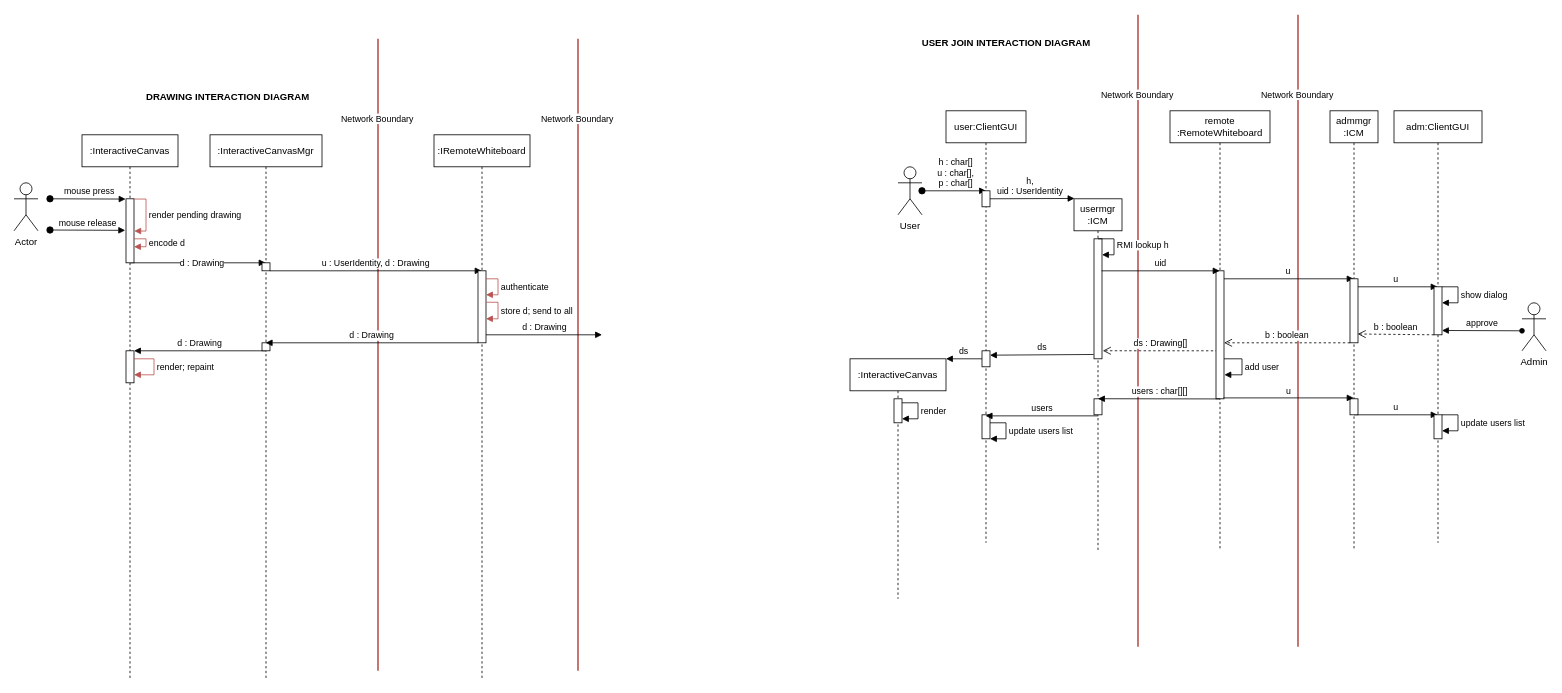
This is ReportTeX/final_diagrams.drawio from gunass/whiteboard, a draw.io file, before an edit. Source tidied: cells renumbered, new cells numbered last; positions are measured from the earlier drawing's top-left corner, leaving out a move shared by most shapes. Both pictures are drawn from the tidied source at 80%, with x=0, y=0 at pixel (14, 14).
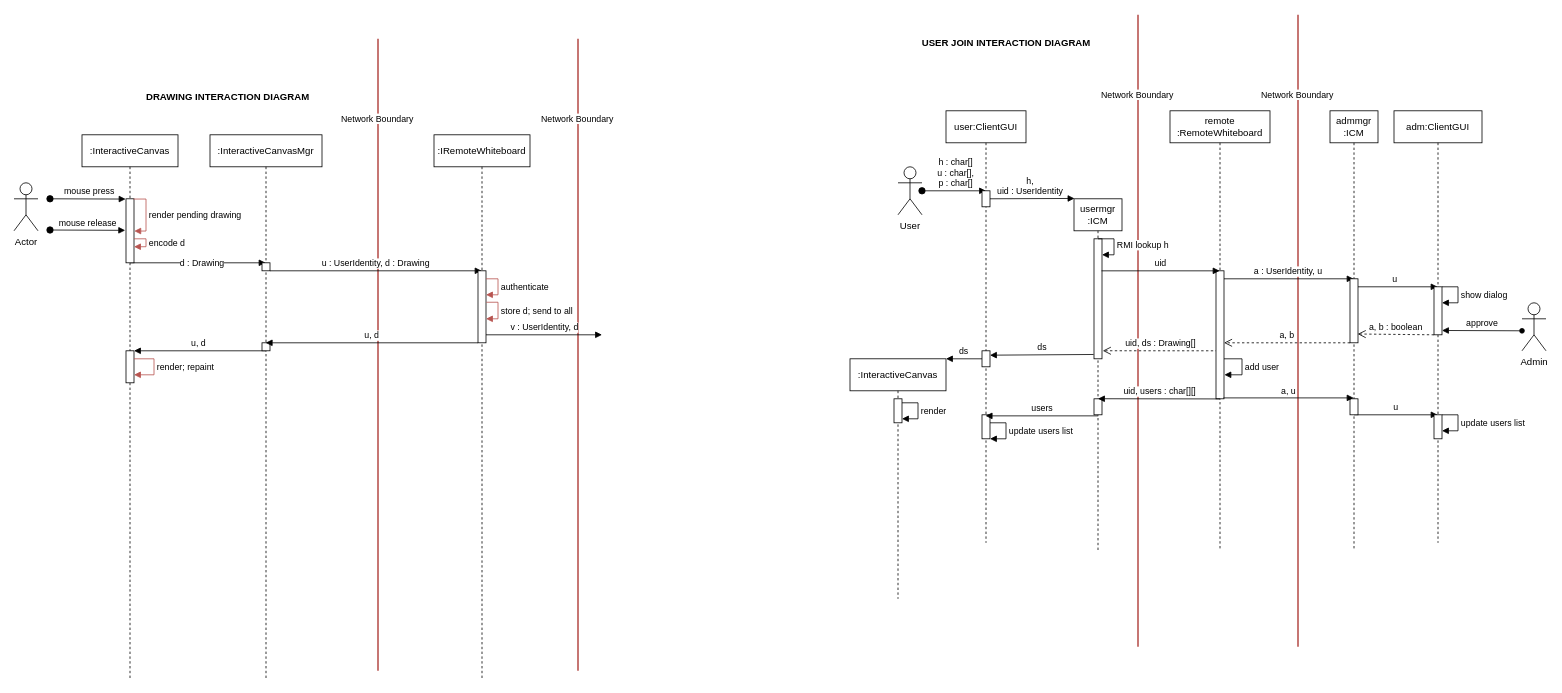
After the change.

Unchanged cells that the change refers to:
```xml
<mxCell id="41" value="usermgr&lt;br&gt;:ICM" style="shape=umlLifeline;perimeter=lifelinePerimeter;whiteSpace=wrap;html=1;outlineConnect=0;" parent="1" vertex="1">
  <mxGeometry x="1325" y="230" width="60" height="440" as="geometry" />
</mxCell>
<mxCell id="42" style="html=1;points=[];perimeter=orthogonalPerimeter;" parent="41" vertex="1">
  <mxGeometry x="25" y="50" width="10" height="150" as="geometry" />
</mxCell>
<mxCell id="45" value="remote&lt;br&gt;:RemoteWhiteboard" style="shape=umlLifeline;perimeter=lifelinePerimeter;whiteSpace=wrap;html=1;outlineConnect=0;" parent="1" vertex="1">
  <mxGeometry x="1445" y="120" width="125" height="550" as="geometry" />
</mxCell>
<mxCell id="46" style="html=1;points=[];perimeter=orthogonalPerimeter;" parent="45" vertex="1">
  <mxGeometry x="57.5" y="200" width="10" height="160" as="geometry" />
</mxCell>
<mxCell id="49" value="adm:ClientGUI" style="shape=umlLifeline;perimeter=lifelinePerimeter;whiteSpace=wrap;html=1;outlineConnect=0;" parent="1" vertex="1">
  <mxGeometry x="1725" y="120" width="110" height="540" as="geometry" />
</mxCell>
<mxCell id="57" value="admmgr&lt;br&gt;:ICM" style="shape=umlLifeline;perimeter=lifelinePerimeter;whiteSpace=wrap;html=1;outlineConnect=0;" parent="1" vertex="1">
  <mxGeometry x="1645" y="120" width="60" height="550" as="geometry" />
</mxCell>
```

Diff of the diagram source:
```diff
@@
-    <mxCell id="4" value="ds : Drawing[]" style="html=1;verticalAlign=bottom;endArrow=open;dashed=1;endSize=8;rounded=0;strokeColor=#000000;entryX=1.1;entryY=0.933;entryDx=0;entryDy=0;entryPerimeter=0;" parent="1" edge="1" target="42">
+    <mxCell id="4" value="uid, ds : Drawing[]" style="html=1;verticalAlign=bottom;endArrow=open;dashed=1;endSize=8;rounded=0;strokeColor=#000000;entryX=1.1;entryY=0.933;entryDx=0;entryDy=0;entryPerimeter=0;" parent="1" edge="1" target="42">
       <mxGeometry relative="1" as="geometry">
         <mxPoint x="1505" y="420" as="sourcePoint" />
       </mxGeometry>
     </mxCell>
@@
-    <mxCell id="27" value="d : Drawing" style="html=1;verticalAlign=bottom;endArrow=block;rounded=0;strokeColor=#000000;" parent="1" edge="1">
+    <mxCell id="27" value="u, d&amp;nbsp;" style="html=1;verticalAlign=bottom;endArrow=block;rounded=0;strokeColor=#000000;" parent="1" edge="1">
       <mxGeometry relative="1" as="geometry">
         <mxPoint x="315" y="420" as="sourcePoint" />
         <mxPoint x="150" y="420" as="targetPoint" />
       </mxGeometry>
     </mxCell>
@@
-    <mxCell id="30" value="d : Drawing" style="html=1;verticalAlign=bottom;endArrow=block;rounded=0;strokeColor=#000000;" parent="1" edge="1">
+    <mxCell id="30" value="u, d" style="html=1;verticalAlign=bottom;endArrow=block;rounded=0;strokeColor=#000000;" parent="1" edge="1">
       <mxGeometry relative="1" as="geometry">
         <mxPoint x="580" y="410" as="sourcePoint" />
         <mxPoint x="314.6" y="410" as="targetPoint" />
       </mxGeometry>
     </mxCell>
-    <mxCell id="31" value="d : Drawing" style="html=1;verticalAlign=bottom;endArrow=block;rounded=0;strokeColor=#000000;" parent="1" edge="1">
+    <mxCell id="31" value="v : UserIdentity, d" style="html=1;verticalAlign=bottom;endArrow=block;rounded=0;strokeColor=#000000;" parent="1" edge="1">
       <mxGeometry relative="1" as="geometry">
         <mxPoint x="590" y="400" as="sourcePoint" />
         <mxPoint x="735" y="400" as="targetPoint" />
       </mxGeometry>
     </mxCell>
@@
-    <mxCell id="47" value="u&amp;nbsp;" style="html=1;verticalAlign=bottom;endArrow=block;rounded=0;strokeColor=#000000;" parent="45" edge="1" target="57">
+    <mxCell id="47" value="a : UserIdentity, u&amp;nbsp;" style="html=1;verticalAlign=bottom;endArrow=block;rounded=0;strokeColor=#000000;" parent="45" edge="1" target="57">
       <mxGeometry relative="1" as="geometry">
         <mxPoint x="67.5" y="210" as="sourcePoint" />
       </mxGeometry>
     </mxCell>
@@
     <mxCell id="50" value="u" style="html=1;verticalAlign=bottom;endArrow=block;rounded=0;strokeColor=#000000;" parent="49" edge="1" target="49">
-      <mxGeometry relative="1" as="geometry">
+      <mxGeometry x="-0.02" y="1" relative="1" as="geometry">
         <mxPoint x="-50" y="220" as="sourcePoint" />
       </mxGeometry>
     </mxCell>
@@
-    <mxCell id="53" value="b : boolean" style="html=1;verticalAlign=bottom;endArrow=open;dashed=1;endSize=8;rounded=0;strokeColor=#000000;entryX=0.962;entryY=-0.1;entryDx=0;entryDy=0;entryPerimeter=0;" parent="49" edge="1">
+    <mxCell id="53" value="a, b : boolean" style="html=1;verticalAlign=bottom;endArrow=open;dashed=1;endSize=8;rounded=0;strokeColor=#000000;entryX=0.962;entryY=-0.1;entryDx=0;entryDy=0;entryPerimeter=0;" parent="49" edge="1">
       <mxGeometry relative="1" as="geometry">
         <mxPoint x="50" y="280" as="sourcePoint" />
         <mxPoint x="-45.4" y="279" as="targetPoint" />
       </mxGeometry>
     </mxCell>
@@
-    <mxCell id="59" value="b : boolean" style="html=1;verticalAlign=bottom;endArrow=open;dashed=1;endSize=8;rounded=0;strokeColor=#000000;" parent="57" edge="1" target="46">
+    <mxCell id="59" value="a, b" style="html=1;verticalAlign=bottom;endArrow=open;dashed=1;endSize=8;rounded=0;strokeColor=#000000;" parent="57" edge="1" target="46">
       <mxGeometry relative="1" as="geometry">
         <mxPoint x="25" y="290" as="sourcePoint" />
       </mxGeometry>
     </mxCell>
@@
-    <mxCell id="70" value="u" style="html=1;verticalAlign=bottom;endArrow=block;rounded=0;strokeColor=#000000;exitX=0.924;exitY=0.993;exitDx=0;exitDy=0;exitPerimeter=0;" parent="1" edge="1" source="46" target="57">
+    <mxCell id="70" value="a, u" style="html=1;verticalAlign=bottom;endArrow=block;rounded=0;strokeColor=#000000;exitX=0.924;exitY=0.993;exitDx=0;exitDy=0;exitPerimeter=0;" parent="1" edge="1" source="46" target="57">
       <mxGeometry relative="1" as="geometry" />
     </mxCell>
@@
-    <mxCell id="72" value="users : char[][]" style="html=1;verticalAlign=bottom;endArrow=block;rounded=0;strokeColor=#000000;exitX=0.506;exitY=1.001;exitDx=0;exitDy=0;exitPerimeter=0;entryX=0.5;entryY=0.568;entryDx=0;entryDy=0;entryPerimeter=0;" parent="1" edge="1" source="46" target="41">
+    <mxCell id="72" value="uid, users : char[][]" style="html=1;verticalAlign=bottom;endArrow=block;rounded=0;strokeColor=#000000;exitX=0.506;exitY=1.001;exitDx=0;exitDy=0;exitPerimeter=0;entryX=0.5;entryY=0.568;entryDx=0;entryDy=0;entryPerimeter=0;" parent="1" edge="1" source="46" target="41">
       <mxGeometry relative="1" as="geometry" />
     </mxCell>
```
